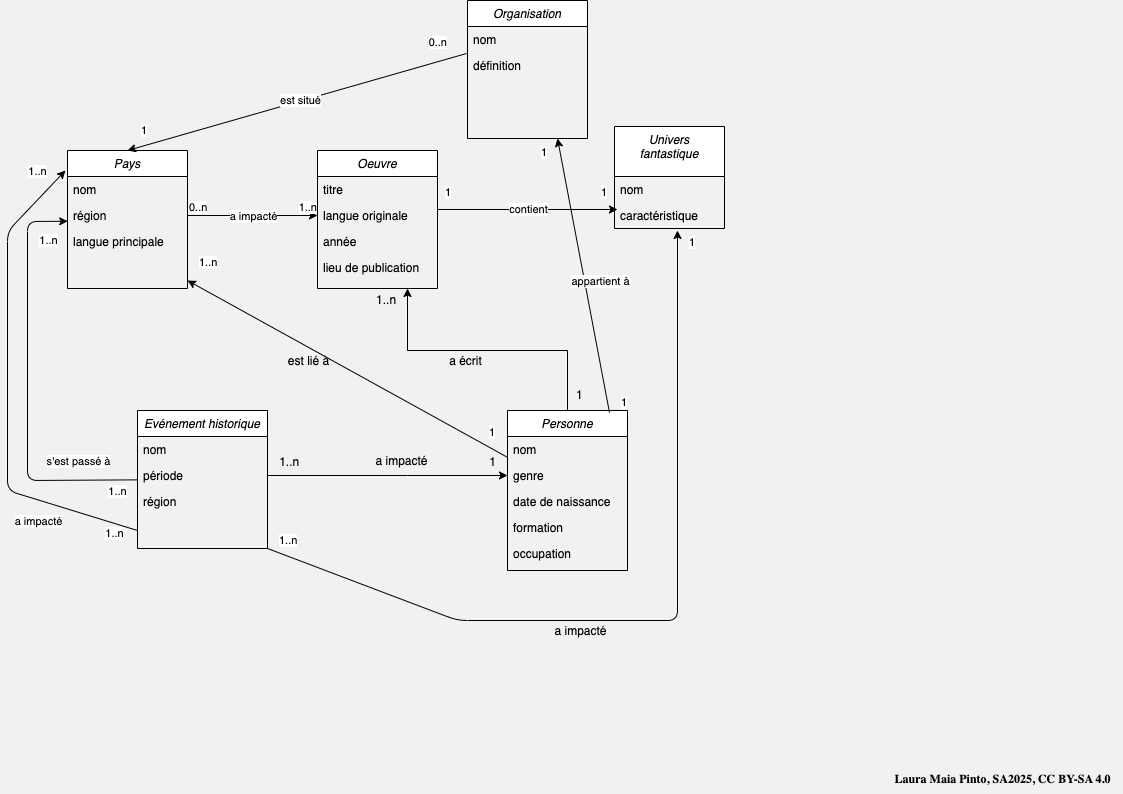
This is MCD_to_database_example.png from lauramaiapinto/ecrivains_fantastiques, a draw.io export, as it was before one commit. Source tidied: cells renumbered, new cells last; positions are measured from the earlier drawing's top-left corner, leaving out a move shared by most shapes.
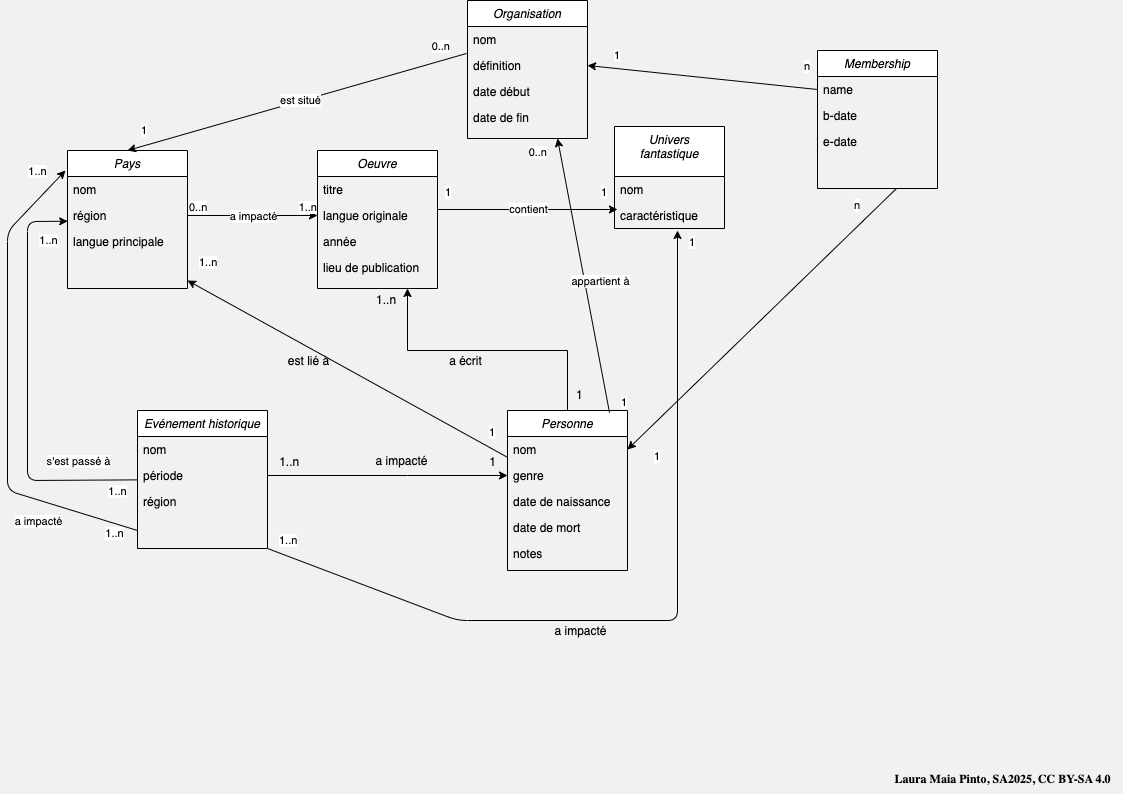
The same diagram one commit later.

Change to the diagram source:
```diff
@@ -42,10 +42,10 @@
     <mxCell id="10" value="date de naissance" style="text;align=left;verticalAlign=top;spacingLeft=4;spacingRight=4;overflow=hidden;rounded=0;shadow=0;html=0;" parent="7" vertex="1">
       <mxGeometry y="78" width="120" height="26" as="geometry" />
     </mxCell>
-    <mxCell id="11" value="formation" style="text;align=left;verticalAlign=top;spacingLeft=4;spacingRight=4;overflow=hidden;rounded=0;shadow=0;html=0;" parent="7" vertex="1">
+    <mxCell id="11" value="date de mort" style="text;align=left;verticalAlign=top;spacingLeft=4;spacingRight=4;overflow=hidden;rounded=0;shadow=0;html=0;" parent="7" vertex="1">
       <mxGeometry y="104" width="120" height="26" as="geometry" />
     </mxCell>
-    <mxCell id="12" value="occupation" style="text;align=left;verticalAlign=top;spacingLeft=4;spacingRight=4;overflow=hidden;rounded=0;shadow=0;html=0;" parent="7" vertex="1">
+    <mxCell id="12" value="notes" style="text;align=left;verticalAlign=top;spacingLeft=4;spacingRight=4;overflow=hidden;rounded=0;shadow=0;html=0;" parent="7" vertex="1">
       <mxGeometry y="130" width="120" height="26" as="geometry" />
     </mxCell>
     <mxCell id="13" style="edgeStyle=none;html=1;exitX=1;exitY=1;exitDx=0;exitDy=0;" parent="1" edge="1" source="14">
@@ -234,12 +234,23 @@
     <mxCell id="58" value="Organisation" style="swimlane;fontStyle=2;align=center;verticalAlign=top;horizontal=1;startSize=26;rounded=0;shadow=0;strokeWidth=1;" parent="1" vertex="1">
       <mxGeometry x="460" width="120" height="138" as="geometry" />
     </mxCell>
+    <mxCell id="69" style="edgeStyle=none;html=1;" parent="58" edge="1" source="59">
+      <mxGeometry relative="1" as="geometry">
+        <mxPoint y="50" as="targetPoint" />
+      </mxGeometry>
+    </mxCell>
     <mxCell id="59" value="nom" style="text;align=left;verticalAlign=top;spacingLeft=4;spacingRight=4;overflow=hidden;points=[[0,0.5],[1,0.5]];portConstraint=eastwest;" parent="58" vertex="1">
       <mxGeometry y="26" width="120" height="26" as="geometry" />
     </mxCell>
     <mxCell id="60" value="définition" style="text;align=left;verticalAlign=top;spacingLeft=4;spacingRight=4;overflow=hidden;points=[[0,0.5],[1,0.5]];portConstraint=eastwest;rounded=0;shadow=0;html=0;" parent="58" vertex="1">
       <mxGeometry y="52" width="120" height="26" as="geometry" />
     </mxCell>
+    <mxCell id="70" value="date début" style="text;align=left;verticalAlign=top;spacingLeft=4;spacingRight=4;overflow=hidden;rounded=0;shadow=0;html=0;" parent="58" vertex="1">
+      <mxGeometry y="78" width="120" height="26" as="geometry" />
+    </mxCell>
+    <mxCell id="71" value="date de fin" style="text;align=left;verticalAlign=top;spacingLeft=4;spacingRight=4;overflow=hidden;rounded=0;shadow=0;html=0;" parent="58" vertex="1">
+      <mxGeometry y="104" width="120" height="26" as="geometry" />
+    </mxCell>
     <mxCell id="61" style="edgeStyle=none;jettySize=auto;html=1;exitX=-0.008;exitY=1.038;exitDx=0;exitDy=0;exitPerimeter=0;entryX=0.5;entryY=0;entryDx=0;entryDy=0;" parent="1" edge="1" source="59" target="28">
       <mxGeometry relative="1" as="geometry" />
     </mxCell>
@@ -259,14 +270,56 @@
     <mxCell id="65" value="1" style="edgeLabel;html=1;align=right;verticalAlign=bottom;" parent="1" vertex="1">
       <mxGeometry x="140" y="138" as="geometry" />
     </mxCell>
-    <mxCell id="66" value="1" style="edgeLabel;html=1;align=right;verticalAlign=bottom;" parent="1" vertex="1">
+    <mxCell id="66" value="0..n" style="edgeLabel;html=1;align=right;verticalAlign=bottom;" parent="1" vertex="1">
       <mxGeometry x="540" y="160" as="geometry" />
     </mxCell>
     <mxCell id="67" value="1" style="edgeLabel;html=1;align=right;verticalAlign=bottom;" parent="1" vertex="1">
       <mxGeometry x="620" y="410" as="geometry" />
     </mxCell>
-    <mxCell id="68" value="0..n" style="edgeLabel;html=1;align=right;verticalAlign=bottom;" parent="1" vertex="1">
-      <mxGeometry x="440" y="50" as="geometry" />
+    <mxCell id="68" value="n" style="edgeLabel;html=1;align=right;verticalAlign=bottom;" parent="1" vertex="1">
+      <mxGeometry x="780" y="80" as="geometry">
+        <mxPoint x="23" y="-6" as="offset" />
+      </mxGeometry>
     </mxCell>
+    <mxCell id="72" value="Membership" style="swimlane;fontStyle=2;align=center;verticalAlign=top;horizontal=1;startSize=26;rounded=0;shadow=0;strokeWidth=1;" parent="1" vertex="1">
+      <mxGeometry x="810" y="50" width="120" height="138" as="geometry" />
+    </mxCell>
+    <mxCell id="73" value="name" style="text;align=left;verticalAlign=top;spacingLeft=4;spacingRight=4;overflow=hidden;points=[[0,0.5],[1,0.5]];portConstraint=eastwest;" parent="72" vertex="1">
+      <mxGeometry y="26" width="120" height="26" as="geometry" />
+    </mxCell>
+    <mxCell id="74" value="b-date" style="text;align=left;verticalAlign=top;spacingLeft=4;spacingRight=4;overflow=hidden;rounded=0;shadow=0;html=0;" parent="72" vertex="1">
+      <mxGeometry y="52" width="120" height="26" as="geometry" />
+    </mxCell>
+    <mxCell id="75" value="e-date" style="text;align=left;verticalAlign=top;spacingLeft=4;spacingRight=4;overflow=hidden;rounded=0;shadow=0;html=0;" parent="72" vertex="1">
+      <mxGeometry y="78" width="120" height="26" as="geometry" />
+    </mxCell>
+    <mxCell id="76" style="edgeStyle=none;jettySize=auto;html=1;exitX=-0.008;exitY=1.038;exitDx=0;exitDy=0;exitPerimeter=0;entryX=1;entryY=0.5;entryDx=0;entryDy=0;" parent="1" edge="1" target="8">
+      <mxGeometry relative="1" as="geometry">
+        <mxPoint x="889" y="188" as="sourcePoint" />
+      </mxGeometry>
+    </mxCell>
+    <mxCell id="77" style="edgeStyle=none;jettySize=auto;html=1;exitX=0;exitY=0.5;exitDx=0;exitDy=0;entryX=1;entryY=0.5;entryDx=0;entryDy=0;" parent="1" edge="1" source="73" target="60">
+      <mxGeometry relative="1" as="geometry" />
+    </mxCell>
+    <mxCell id="78" value="1" style="edgeLabel;html=1;align=right;verticalAlign=bottom;" parent="1" vertex="1">
+      <mxGeometry x="590" y="69" as="geometry">
+        <mxPoint x="23" y="-6" as="offset" />
+      </mxGeometry>
+    </mxCell>
+    <mxCell id="79" value="1" style="edgeLabel;html=1;align=right;verticalAlign=bottom;rotation=0;" parent="1" vertex="1">
+      <mxGeometry x="630" y="470" as="geometry">
+        <mxPoint x="23" y="-6" as="offset" />
+      </mxGeometry>
+    </mxCell>
+    <mxCell id="80" value="n" style="edgeLabel;html=1;align=right;verticalAlign=bottom;" parent="1" vertex="1">
+      <mxGeometry x="830" y="219" as="geometry">
+        <mxPoint x="23" y="-6" as="offset" />
+      </mxGeometry>
+    </mxCell>
+    <mxCell id="81" value="0..n" style="edgeLabel;html=1;align=right;verticalAlign=bottom;rotation=0;" parent="1" vertex="1">
+      <mxGeometry x="420" y="60" as="geometry">
+        <mxPoint x="23" y="-6" as="offset" />
+      </mxGeometry>
+    </mxCell>
   </root>
 </mxGraphModel>
```
